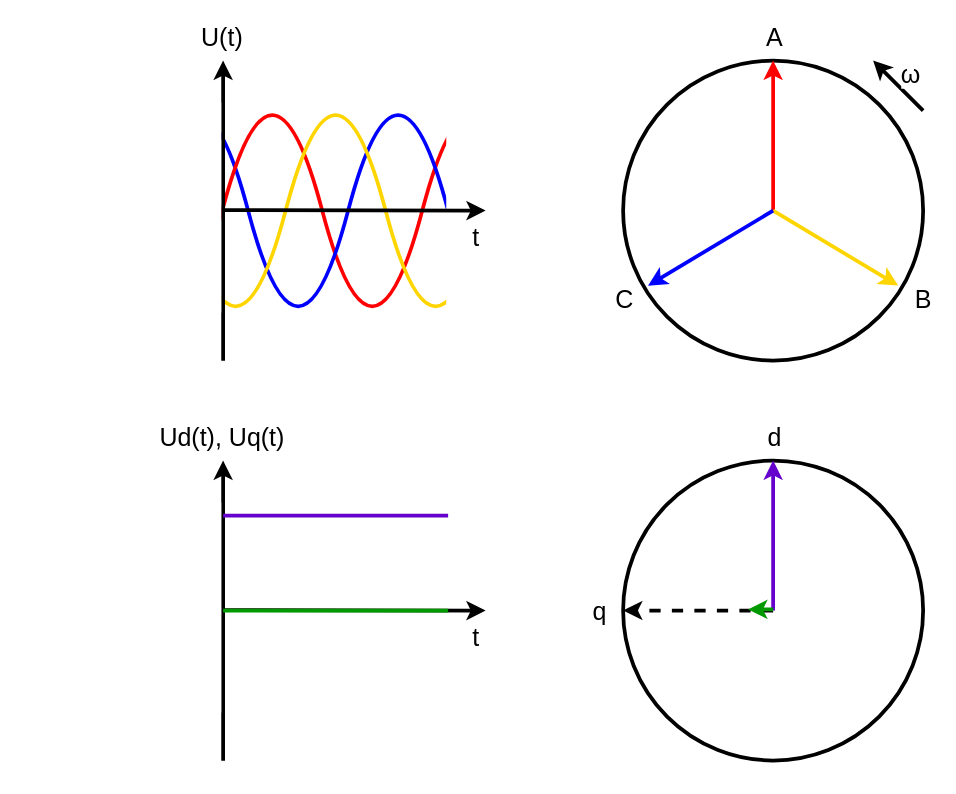
This is page "Park-transform" (3 of 3) of Graphics/Inverter Graphics.drawio from SukuWc/SGM-Inverter, a draw.io file, before an edit. Source tidied: cells renumbered, new cells numbered last; positions are measured from the earlier drawing's top-left corner, leaving out a move shared by most shapes. Both pictures are drawn from the tidied source at 125%, with x=0, y=0 at pixel (22, 60).
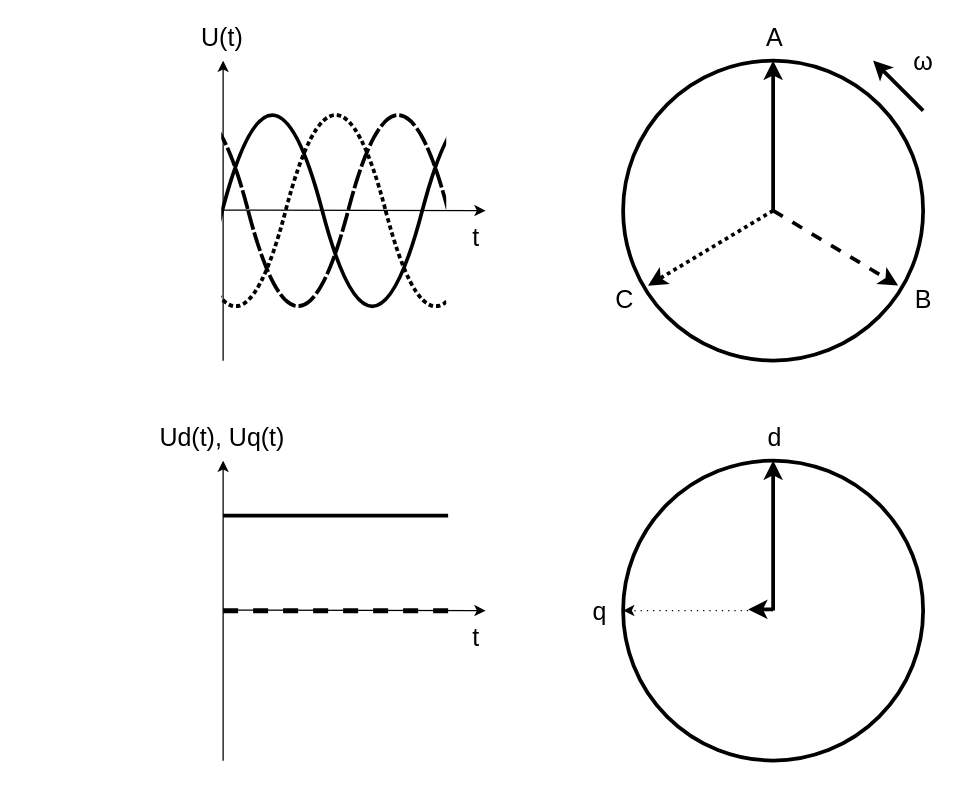
The same page after the edit.

Commit message:
SUKU Park-transform black and white

Unchanged cells that the change refers to:
```xml
<mxCell id="3" style="ellipse;whiteSpace=wrap;html=1;strokeWidth=3;fillColor=#ffffff;fontSize=20;" parent="1" vertex="1">
  <mxGeometry x="480" width="240" height="240" as="geometry" />
</mxCell>
<mxCell id="11" style="ellipse;whiteSpace=wrap;html=1;strokeWidth=3;fillColor=#ffffff;fontSize=20;" parent="1" vertex="1">
  <mxGeometry x="480" y="319.9" width="240" height="240" as="geometry" />
</mxCell>
<mxCell id="16" style="group;" parent="1" vertex="1">
  <mxGeometry x="40" width="417" height="240" as="geometry" />
</mxCell>
```

Change to the diagram source:
```diff
@@
-    <mxCell id="2" style="shape=tape;whiteSpace=wrap;html=1;strokeWidth=3;fillColor=#000000;fontSize=20;size=1;strokeColor=#0000FF;" parent="1" vertex="1">
+    <mxCell id="2" style="shape=tape;whiteSpace=wrap;html=1;strokeWidth=3;fillColor=#000000;fontSize=20;size=1;strokeColor=#000000;dashed=1;" parent="1" vertex="1">
       <mxGeometry x="20" y="35" width="160" height="170" as="geometry" />
     </mxCell>
@@
-    <mxCell id="4" style="endArrow=classic;html=1;strokeWidth=3;fontSize=20;fillColor=#f8cecc;strokeColor=#FF0000;" parent="1" edge="1">
+    <mxCell id="4" style="endArrow=classic;html=1;strokeWidth=3;fontSize=20;fillColor=#f8cecc;strokeColor=#000000;" parent="1" edge="1">
       <mxGeometry relative="1" as="geometry">
         <mxPoint x="600" y="120" as="sourcePoint" />
         <mxPoint x="600" as="targetPoint" />
       </mxGeometry>
     </mxCell>
@@
-    <mxCell id="6" style="endArrow=classic;html=1;strokeWidth=3;fontSize=20;strokeColor=#FFD500;fillColor=#fff2cc;" parent="1" edge="1">
+    <mxCell id="6" style="endArrow=classic;html=1;strokeWidth=3;fontSize=20;strokeColor=#000000;fillColor=#fff2cc;dashed=1;" parent="1" edge="1">
       <mxGeometry relative="1" as="geometry">
         <mxPoint x="600" y="120" as="sourcePoint" />
         <mxPoint x="700" y="180" as="targetPoint" />
       </mxGeometry>
     </mxCell>
@@
-    <mxCell id="8" style="endArrow=classic;html=1;strokeWidth=3;fontSize=20;entryX=0.083;entryY=0.75;entryDx=0;entryDy=0;entryPerimeter=0;strokeColor=#0000FF;" parent="1" edge="1" target="3">
+    <mxCell id="8" style="endArrow=classic;html=1;strokeWidth=3;fontSize=20;entryX=0.083;entryY=0.75;entryDx=0;entryDy=0;entryPerimeter=0;strokeColor=#000000;dashed=1;dashPattern=1 1;" parent="1" edge="1" target="3">
       <mxGeometry relative="1" as="geometry">
         <mxPoint x="600" y="120" as="sourcePoint" />
       </mxGeometry>
     </mxCell>
@@
     <mxCell id="10" value="ω" style="endArrow=classic;html=1;strokeColor=#000000;strokeWidth=3;fontSize=20;" parent="1" edge="1">
-      <mxGeometry y="-14" relative="1" as="geometry">
+      <mxGeometry y="-28" relative="1" as="geometry">
         <mxPoint x="720" y="40" as="sourcePoint" />
         <mxPoint x="680" as="targetPoint" />
       </mxGeometry>
     </mxCell>
@@
-    <mxCell id="12" style="endArrow=classic;html=1;strokeWidth=3;fontSize=20;fillColor=#f8cecc;strokeColor=#6600CC;" parent="1" edge="1">
+    <mxCell id="12" style="endArrow=classic;html=1;strokeWidth=3;fontSize=20;fillColor=#f8cecc;strokeColor=#000000;" parent="1" edge="1">
       <mxGeometry relative="1" as="geometry">
         <mxPoint x="600" y="439.9" as="sourcePoint" />
         <mxPoint x="600" y="319.9" as="targetPoint" />
       </mxGeometry>
     </mxCell>
@@
-    <mxCell id="14" style="endArrow=classic;html=1;strokeWidth=3;fontSize=20;strokeColor=#000000;entryX=0;entryY=0.5;entryDx=0;entryDy=0;dashed=1;" parent="1" edge="1" target="11">
+    <mxCell id="14" style="endArrow=classic;html=1;strokeWidth=1;fontSize=20;strokeColor=#000000;entryX=0;entryY=0.5;entryDx=0;entryDy=0;dashed=1;dashPattern=1 4;" parent="1" edge="1" target="11">
       <mxGeometry relative="1" as="geometry">
         <mxPoint x="600" y="439.9" as="sourcePoint" />
       </mxGeometry>
     </mxCell>
@@
-    <mxCell id="17" style="shape=tape;whiteSpace=wrap;html=1;strokeWidth=3;fillColor=#000000;fontSize=20;size=1;strokeColor=#FF0000;" parent="16" vertex="1">
+    <mxCell id="17" style="shape=tape;whiteSpace=wrap;html=1;strokeWidth=3;fillColor=#000000;fontSize=20;size=1;strokeColor=#000000;" parent="16" vertex="1">
       <mxGeometry x="199.3" y="35" width="160" height="170" as="geometry" />
     </mxCell>
-    <mxCell id="18" style="shape=tape;whiteSpace=wrap;html=1;strokeWidth=3;fillColor=#000000;fontSize=20;size=1;strokeColor=#0000FF;" parent="16" vertex="1">
+    <mxCell id="18" style="shape=tape;whiteSpace=wrap;html=1;strokeWidth=3;fillColor=#000000;fontSize=20;size=1;strokeColor=#000000;dashed=1;" parent="16" vertex="1">
       <mxGeometry x="140" y="35" width="160" height="170" as="geometry" />
     </mxCell>
-    <mxCell id="19" style="shape=tape;whiteSpace=wrap;html=1;strokeWidth=3;fillColor=#000000;fontSize=20;size=1;strokeColor=#FF0000;" parent="16" vertex="1">
+    <mxCell id="19" style="shape=tape;whiteSpace=wrap;html=1;strokeWidth=3;fillColor=#000000;fontSize=20;size=1;strokeColor=#000000;" parent="16" vertex="1">
       <mxGeometry x="39.3" y="35" width="160" height="170" as="geometry" />
     </mxCell>
-    <mxCell id="20" style="shape=tape;whiteSpace=wrap;html=1;strokeWidth=3;fillColor=#000000;fontSize=20;size=1;strokeColor=#FFD500;" parent="16" vertex="1">
+    <mxCell id="20" style="shape=tape;whiteSpace=wrap;html=1;strokeWidth=3;fillColor=#000000;fontSize=20;size=1;strokeColor=#000000;dashed=1;dashPattern=1 1;" parent="16" vertex="1">
       <mxGeometry x="90" y="35" width="160" height="170" as="geometry" />
     </mxCell>
-    <mxCell id="21" style="endArrow=classic;html=1;strokeColor=#000000;strokeWidth=3;fontSize=20;" parent="16" edge="1">
+    <mxCell id="21" style="endArrow=classic;html=1;strokeColor=#000000;strokeWidth=1;fontSize=20;" parent="16" edge="1">
       <mxGeometry relative="1" as="geometry">
         <mxPoint x="120" y="240" as="sourcePoint" />
         <mxPoint x="120" as="targetPoint" />
       </mxGeometry>
     </mxCell>
@@
-    <mxCell id="24" style="shape=tape;whiteSpace=wrap;html=1;strokeWidth=3;fillColor=#000000;fontSize=20;size=1;strokeColor=#FFD500;" parent="16" vertex="1">
+    <mxCell id="24" style="shape=tape;whiteSpace=wrap;html=1;strokeWidth=3;fillColor=#000000;fontSize=20;size=1;strokeColor=#000000;dashed=1;dashPattern=1 1;" parent="16" vertex="1">
       <mxGeometry x="250" y="35" width="160" height="170" as="geometry" />
     </mxCell>
@@
-    <mxCell id="26" style="endArrow=classic;html=1;strokeColor=#000000;strokeWidth=3;fontSize=20;" parent="16" edge="1">
+    <mxCell id="26" style="endArrow=classic;html=1;strokeColor=#000000;strokeWidth=1;fontSize=20;" parent="16" edge="1">
       <mxGeometry relative="1" as="geometry">
         <mxPoint x="120" y="119.6" as="sourcePoint" />
         <mxPoint x="330" y="120" as="targetPoint" />
       </mxGeometry>
     </mxCell>
@@
-    <mxCell id="28" style="endArrow=classic;html=1;strokeColor=#000000;strokeWidth=3;fontSize=20;" parent="1" edge="1">
+    <mxCell id="28" style="endArrow=classic;html=1;strokeColor=#000000;strokeWidth=1;fontSize=20;" parent="1" edge="1">
       <mxGeometry relative="1" as="geometry">
         <mxPoint x="160" y="560" as="sourcePoint" />
         <mxPoint x="160" y="320" as="targetPoint" />
       </mxGeometry>
     </mxCell>
@@
-    <mxCell id="31" style="endArrow=classic;html=1;strokeColor=#000000;strokeWidth=3;fontSize=20;" parent="1" edge="1">
+    <mxCell id="31" style="endArrow=classic;html=1;strokeColor=#000000;strokeWidth=1;fontSize=20;" parent="1" edge="1">
       <mxGeometry relative="1" as="geometry">
         <mxPoint x="160" y="439.6" as="sourcePoint" />
         <mxPoint x="370" y="440" as="targetPoint" />
       </mxGeometry>
     </mxCell>
@@
-    <mxCell id="33" style="endArrow=none;html=1;strokeColor=#6600CC;strokeWidth=3;fontSize=20;" parent="1" edge="1">
+    <mxCell id="33" style="endArrow=none;html=1;strokeColor=#000000;strokeWidth=3;fontSize=20;" parent="1" edge="1">
       <mxGeometry relative="1" as="geometry">
         <mxPoint x="340" y="364" as="sourcePoint" />
         <mxPoint x="160" y="364" as="targetPoint" />
       </mxGeometry>
     </mxCell>
-    <mxCell id="34" style="endArrow=none;html=1;strokeColor=#009900;strokeWidth=3;fontSize=20;" parent="1" edge="1">
+    <mxCell id="34" style="endArrow=none;html=1;strokeColor=#000000;strokeWidth=4;fontSize=20;dashed=1;" parent="1" edge="1">
       <mxGeometry relative="1" as="geometry">
         <mxPoint x="340" y="440" as="sourcePoint" />
         <mxPoint x="160" y="440" as="targetPoint" />
       </mxGeometry>
     </mxCell>
-    <mxCell id="35" style="endArrow=classic;html=1;strokeColor=#009900;strokeWidth=3;fontSize=20;endFill=1;" parent="1" edge="1">
+    <mxCell id="35" style="endArrow=classic;html=1;strokeColor=#000000;strokeWidth=3;fontSize=20;endFill=1;" parent="1" edge="1">
       <mxGeometry relative="1" as="geometry">
         <mxPoint x="600" y="439" as="sourcePoint" />
         <mxPoint x="580" y="439" as="targetPoint" />
       </mxGeometry>
     </mxCell>
```
